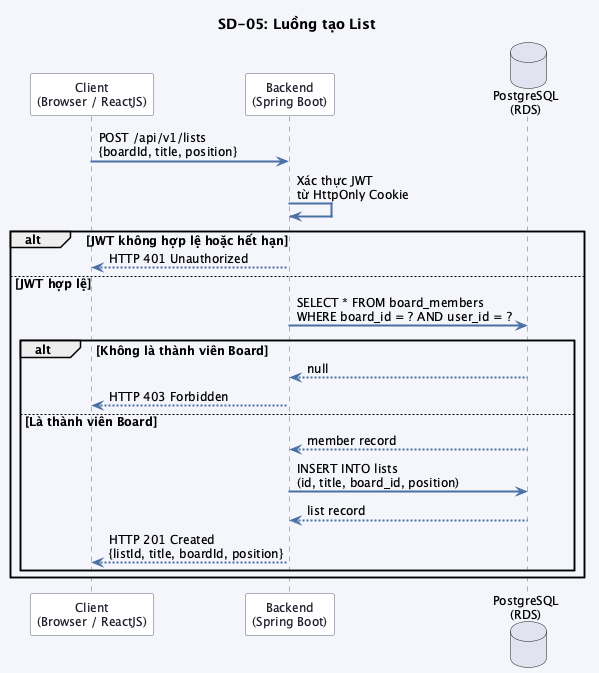
Before: src/images/chap3/sequence_sd05.png, a diagram exported from PlantUML (trongnhan34vn/trello-report).
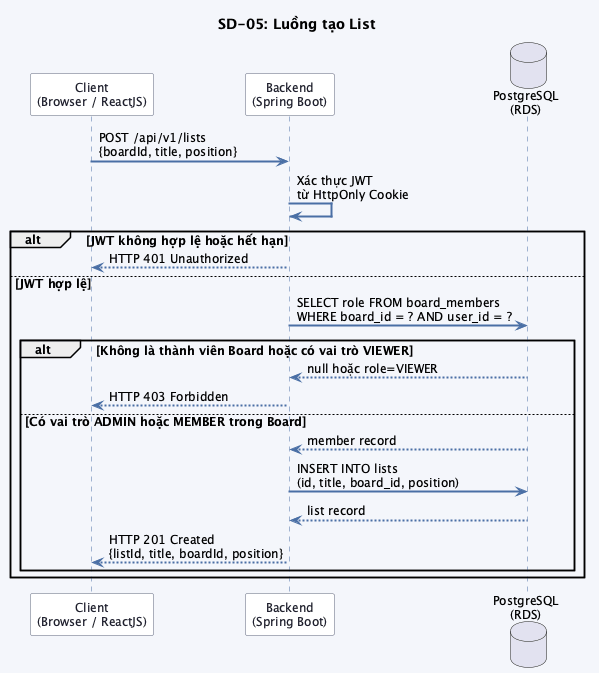
After the change.

What changed in the source:
```diff
@@ -27,12 +27,12 @@
 alt JWT không hợp lệ hoặc hết hạn
     BACKEND --> CLIENT : HTTP 401 Unauthorized
 else JWT hợp lệ
-    BACKEND -> DB : SELECT * FROM board_members\nWHERE board_id = ? AND user_id = ?
+    BACKEND -> DB : SELECT role FROM board_members\nWHERE board_id = ? AND user_id = ?
 
-    alt Không là thành viên Board
-        DB --> BACKEND : null
+    alt Không là thành viên Board hoặc có vai trò VIEWER
+        DB --> BACKEND : null hoặc role=VIEWER
         BACKEND --> CLIENT : HTTP 403 Forbidden
-    else Là thành viên Board
+    else Có vai trò ADMIN hoặc MEMBER trong Board
         DB --> BACKEND : member record
 
         BACKEND -> DB : INSERT INTO lists\n(id, title, board_id, position)
```
